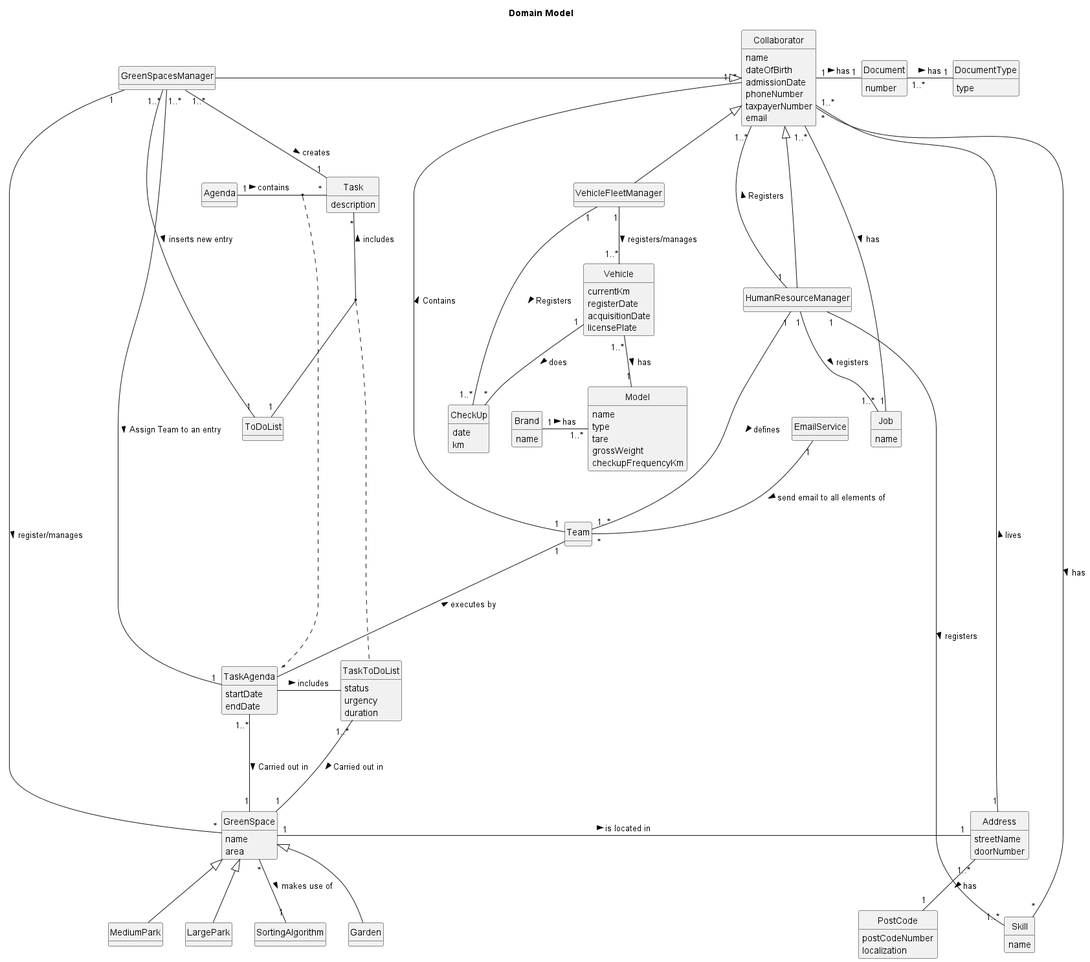
This is docs/sprint3/global-artifacts/02.analysis/svg/partial-use-domain-model-Domain_Model.png from Departamento-de-Engenharia-Informatica/lei-24-s2-1db-g022, a PlantUML export, as it was before one commit.
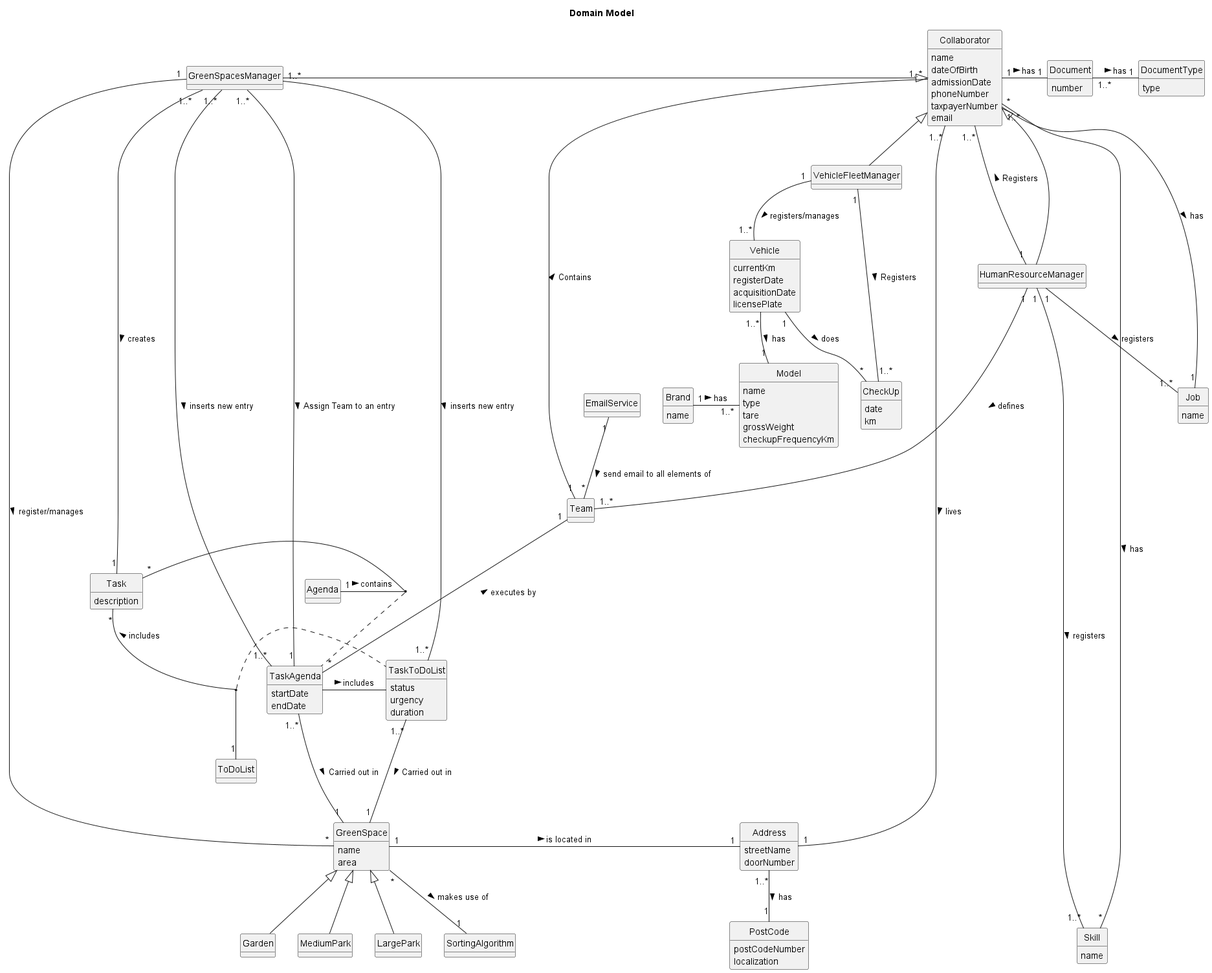
The same file after the commit.

Commit message:
Rectification Partial Global Domain

What changed in the source:
```diff
@@ -122,7 +122,7 @@
 Collaborator  <|--  HumanResourceManager
 Collaborator <|-- VehicleFleetManager
 GreenSpacesManager  -|>  Collaborator
-Address "1" - "1..*" Collaborator : lives >
+Address "1" - "1..*" Collaborator : lives <
 Skill "*" ---------- "*" Collaborator : has <
 Collaborator "1..*" ----- "1" Team : Contains <
 
@@ -141,7 +141,8 @@
 
 GreenSpacesManager "1" - "*" GreenSpace : register/manages >
 GreenSpacesManager "1..*" -- "1" Task : creates >
-GreenSpacesManager "1..*" - "1" ToDoList : inserts new entry >
+GreenSpacesManager "1..*" - "1..*" TaskToDoList : inserts new entry >
+GreenSpacesManager "1..*" - "1..*" TaskAgenda : inserts new entry >
 
 GreenSpace "1" - "1" Address : is located in >
 GreenSpace <|-- Garden
```
